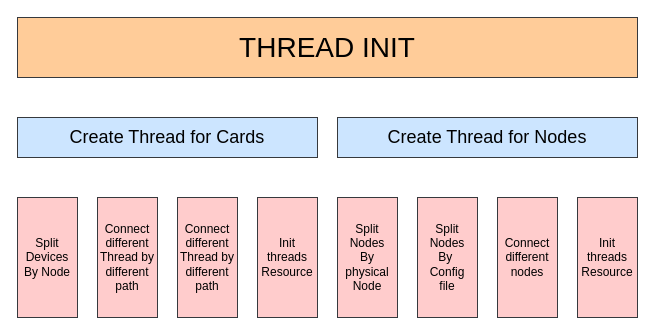
BEYHHH/SBLP keeps this draw.io diagram as thread_init.drawio. Above is the earlier version. Source tidied: cells renumbered, new cells numbered last; positions are measured from the earlier drawing's top-left corner, leaving out a move shared by most shapes. Both pictures are drawn from the tidied source at 100%, with x=0, y=0 at pixel (17, 17).
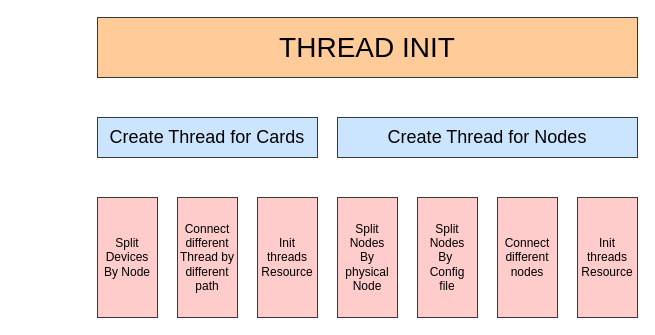
Above is the later version.

The edit, as a diff of the source:
```diff
@@
 <mxGraphModel>
   <root>
     <mxCell id="0" />
     <mxCell id="1" parent="0" />
     <mxCell id="2" value="&lt;font style=&quot;font-size: 28px;&quot;&gt;THREAD INIT&lt;/font&gt;" style="rounded=0;whiteSpace=wrap;html=1;fillColor=#ffcc99;strokeColor=#36393d;" parent="1" vertex="1">
-      <mxGeometry width="620" height="60" as="geometry" />
+      <mxGeometry x="80" width="540" height="60" as="geometry" />
     </mxCell>
     <mxCell id="3" value="&lt;font style=&quot;font-size: 18px;&quot;&gt;Create Thread for Cards&lt;/font&gt;" style="rounded=0;whiteSpace=wrap;html=1;fillColor=#cce5ff;strokeColor=#36393d;" parent="1" vertex="1">
-      <mxGeometry y="100" width="300" height="40" as="geometry" />
+      <mxGeometry x="80" y="100" width="220" height="40" as="geometry" />
     </mxCell>
-    <mxCell id="4" value="Connect different&lt;br&gt;Thread by different path" style="rounded=0;whiteSpace=wrap;html=1;fillColor=#ffcccc;strokeColor=#36393d;" parent="1" vertex="1">
-      <mxGeometry x="80" y="180" width="60" height="120" as="geometry" />
-    </mxCell>
     <mxCell id="5" value="&lt;font style=&quot;font-size: 18px;&quot;&gt;Create Thread for Nodes&lt;/font&gt;" style="rounded=0;whiteSpace=wrap;html=1;fillColor=#cce5ff;strokeColor=#36393d;" parent="1" vertex="1">
       <mxGeometry x="320" y="100" width="300" height="40" as="geometry" />
     </mxCell>
     <mxCell id="6" value="Split Nodes&lt;br&gt;By physical Node" style="rounded=0;whiteSpace=wrap;html=1;fillColor=#ffcccc;strokeColor=#36393d;" parent="1" vertex="1">
       <mxGeometry x="320" y="180" width="60" height="120" as="geometry" />
     </mxCell>
     <mxCell id="7" value="Split Nodes&lt;br&gt;By&amp;nbsp;&lt;br&gt;Config&lt;br&gt;file" style="rounded=0;whiteSpace=wrap;html=1;fillColor=#ffcccc;strokeColor=#36393d;" parent="1" vertex="1">
       <mxGeometry x="400" y="180" width="60" height="120" as="geometry" />
     </mxCell>
     <mxCell id="8" value="Split&lt;br&gt;Devices&lt;br&gt;By Node" style="rounded=0;whiteSpace=wrap;html=1;fillColor=#ffcccc;strokeColor=#36393d;" parent="1" vertex="1">
-      <mxGeometry y="180" width="60" height="120" as="geometry" />
+      <mxGeometry x="80" y="180" width="60" height="120" as="geometry" />
     </mxCell>
     <mxCell id="9" value="Connect&lt;br&gt;different&lt;br&gt;nodes" style="rounded=0;whiteSpace=wrap;html=1;fillColor=#ffcccc;strokeColor=#36393d;" parent="1" vertex="1">
       <mxGeometry x="480" y="180" width="60" height="120" as="geometry" />
     </mxCell>
     <mxCell id="10" value="Connect different&lt;br&gt;Thread by different path" style="rounded=0;whiteSpace=wrap;html=1;fillColor=#ffcccc;strokeColor=#36393d;" parent="1" vertex="1">
       <mxGeometry x="160" y="180" width="60" height="120" as="geometry" />
     </mxCell>
     <mxCell id="11" value="Init&lt;br&gt;threads&lt;br&gt;Resource" style="rounded=0;whiteSpace=wrap;html=1;fillColor=#ffcccc;strokeColor=#36393d;" parent="1" vertex="1">
       <mxGeometry x="240" y="180" width="60" height="120" as="geometry" />
     </mxCell>
     <mxCell id="12" value="Init&lt;br&gt;threads&lt;br&gt;Resource" style="rounded=0;whiteSpace=wrap;html=1;fillColor=#ffcccc;strokeColor=#36393d;" parent="1" vertex="1">
       <mxGeometry x="560" y="180" width="60" height="120" as="geometry" />
     </mxCell>
   </root>
 </mxGraphModel>
```
